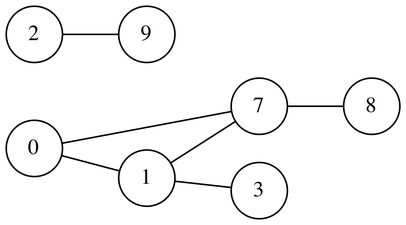
The Graphviz diagram graphs-networks/c-networks/second-random/graphviz/random_graph.png in mickey-is-codin/data-structures, before a commit. Its source is kept beside it as graphs-networks/c-networks/second-random/graphviz/random_graph.dot.
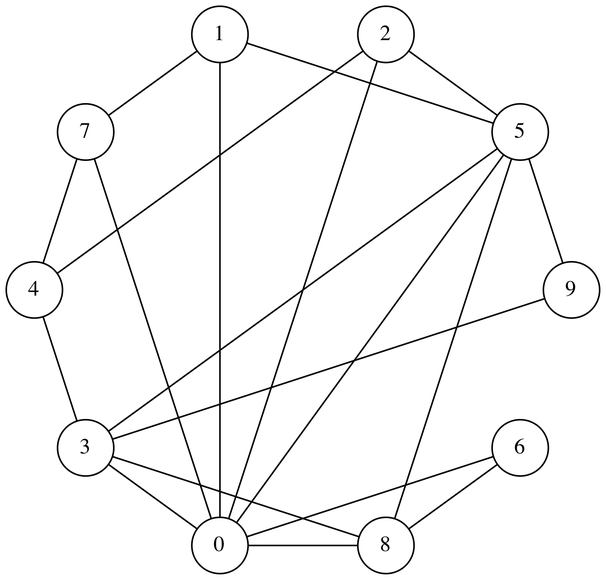
Above is the later version.

Change to the diagram source:
```diff
@@ -5,9 +5,22 @@
 	rankdir="LR";
 
 	0 -- 1
+	0 -- 2
+	0 -- 3
+	0 -- 5
+	0 -- 6
 	0 -- 7
-	1 -- 3
+	0 -- 8
+	1 -- 5
 	1 -- 7
-	2 -- 9
-	7 -- 8
+	2 -- 4
+	2 -- 5
+	3 -- 4
+	3 -- 5
+	3 -- 8
+	3 -- 9
+	4 -- 7
+	5 -- 8
+	5 -- 9
+	6 -- 8
 }
```
